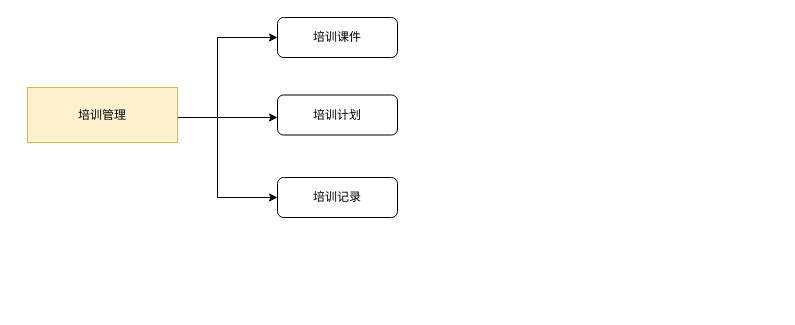
This is 培训管理.drawio from pbm0802/GitIDEATest, a draw.io file, before an edit. Source tidied: cells renumbered, new cells numbered last; positions are measured from the earlier drawing's top-left corner, leaving out a move shared by most shapes. Both pictures are drawn from the tidied source at 100%, with x=0, y=0 at pixel (27, 17).
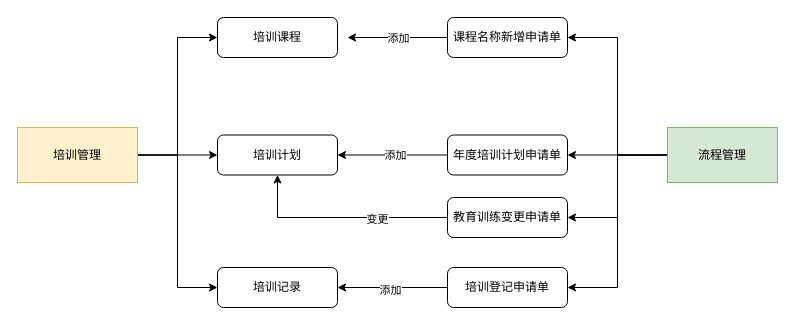
The same diagram, later.

Commit message:
更新培训管理.drawio

Change to the diagram source:
```diff
@@
-    <mxCell id="2" style="edgeStyle=orthogonalEdgeStyle;rounded=0;orthogonalLoop=1;jettySize=auto;html=1;exitX=1;exitY=0.5;exitDx=0;exitDy=0;" parent="1" edge="1">
-      <mxGeometry relative="1" as="geometry">
-        <mxPoint x="140" y="100" as="sourcePoint" />
-        <mxPoint x="250" y="100" as="targetPoint" />
-      </mxGeometry>
-    </mxCell>
     <mxCell id="3" style="edgeStyle=orthogonalEdgeStyle;rounded=0;jettySize=auto;html=1;exitX=1;exitY=0.5;exitDx=0;exitDy=0;entryX=0;entryY=0.5;entryDx=0;entryDy=0;" parent="1" edge="1" source="5" target="6">
-      <mxGeometry relative="1" as="geometry">
-        <Array as="points">
-          <mxPoint x="140" y="98" />
-          <mxPoint x="140" y="100" />
-          <mxPoint x="190" y="100" />
-          <mxPoint x="190" y="20" />
-        </Array>
-      </mxGeometry>
+      <mxGeometry relative="1" as="geometry" />
     </mxCell>
+    <mxCell id="9" style="edgeStyle=orthogonalEdgeStyle;rounded=0;jettySize=auto;html=1;exitX=1;exitY=0.5;exitDx=0;exitDy=0;entryX=0;entryY=0.5;entryDx=0;entryDy=0;" parent="1" edge="1" source="5" target="7">
+      <mxGeometry relative="1" as="geometry" />
+    </mxCell>
     <mxCell id="4" style="edgeStyle=orthogonalEdgeStyle;rounded=0;jettySize=auto;html=1;exitX=1;exitY=0.5;exitDx=0;exitDy=0;entryX=0;entryY=0.5;entryDx=0;entryDy=0;" parent="1" edge="1" source="5" target="8">
-      <mxGeometry relative="1" as="geometry">
-        <Array as="points">
-          <mxPoint x="140" y="98" />
-          <mxPoint x="140" y="100" />
-          <mxPoint x="190" y="100" />
-          <mxPoint x="190" y="180" />
-          <mxPoint x="250" y="180" />
-        </Array>
-      </mxGeometry>
+      <mxGeometry relative="1" as="geometry" />
     </mxCell>
     <mxCell id="5" value="培训管理" style="rounded=0;whiteSpace=wrap;html=1;fillColor=#fff2cc;strokeColor=#d6b656;" parent="1" vertex="1">
-      <mxGeometry y="70" width="150" height="55" as="geometry" />
+      <mxGeometry x="-10" y="110" width="120" height="55" as="geometry" />
     </mxCell>
-    <mxCell id="6" value="培训课件" style="rounded=1;whiteSpace=wrap;html=1;fontSize=12;glass=0;strokeWidth=1;shadow=0;" parent="1" vertex="1">
-      <mxGeometry x="250" width="120" height="40" as="geometry" />
+    <mxCell id="6" value="培训课程" style="rounded=1;whiteSpace=wrap;html=1;fontSize=12;glass=0;strokeWidth=1;shadow=0;" parent="1" vertex="1">
+      <mxGeometry x="190" width="120" height="40" as="geometry" />
     </mxCell>
     <mxCell id="7" value="培训计划" style="rounded=1;whiteSpace=wrap;html=1;fontSize=12;glass=0;strokeWidth=1;shadow=0;" parent="1" vertex="1">
-      <mxGeometry x="250" y="77.5" width="120" height="40" as="geometry" />
+      <mxGeometry x="190" y="117.5" width="120" height="40" as="geometry" />
     </mxCell>
     <mxCell id="8" value="培训记录" style="rounded=1;whiteSpace=wrap;html=1;fontSize=12;glass=0;strokeWidth=1;shadow=0;" parent="1" vertex="1">
-      <mxGeometry x="250" y="160" width="120" height="40" as="geometry" />
+      <mxGeometry x="190" y="250" width="120" height="40" as="geometry" />
     </mxCell>
+    <mxCell id="10" style="edgeStyle=orthogonalEdgeStyle;rounded=0;jettySize=auto;html=1;" parent="1" edge="1" source="12">
+      <mxGeometry relative="1" as="geometry">
+        <mxPoint x="320" y="20" as="targetPoint" />
+      </mxGeometry>
+    </mxCell>
+    <mxCell id="11" value="添加" style="edgeLabel;html=1;align=center;verticalAlign=middle;" parent="10" vertex="1">
+      <mxGeometry x="-0.01" relative="1" as="geometry" />
+    </mxCell>
+    <mxCell id="12" value="课程名称新增申请单" style="rounded=1;whiteSpace=wrap;html=1;fontSize=12;glass=0;strokeWidth=1;shadow=0;" parent="1" vertex="1">
+      <mxGeometry x="420" width="120" height="40" as="geometry" />
+    </mxCell>
+    <mxCell id="13" style="edgeStyle=orthogonalEdgeStyle;rounded=0;jettySize=auto;html=1;exitX=0;exitY=0.5;exitDx=0;exitDy=0;entryX=1;entryY=0.5;entryDx=0;entryDy=0;" parent="1" edge="1" source="15" target="7">
+      <mxGeometry relative="1" as="geometry" />
+    </mxCell>
+    <mxCell id="14" value="添加" style="edgeLabel;html=1;align=center;verticalAlign=middle;" parent="13" vertex="1">
+      <mxGeometry x="-0.04" relative="1" as="geometry" />
+    </mxCell>
+    <mxCell id="15" value="年度培训计划申请单" style="rounded=1;whiteSpace=wrap;html=1;fontSize=12;glass=0;strokeWidth=1;shadow=0;" parent="1" vertex="1">
+      <mxGeometry x="420" y="117.5" width="120" height="40" as="geometry" />
+    </mxCell>
+    <mxCell id="16" style="edgeStyle=orthogonalEdgeStyle;rounded=0;jettySize=auto;html=1;entryX=0.5;entryY=1;entryDx=0;entryDy=0;" parent="1" edge="1" source="18" target="7">
+      <mxGeometry relative="1" as="geometry" />
+    </mxCell>
+    <mxCell id="17" value="变更" style="edgeLabel;html=1;align=center;verticalAlign=middle;" parent="16" vertex="1">
+      <mxGeometry x="-0.33" y="1" relative="1" as="geometry" />
+    </mxCell>
+    <mxCell id="18" value="教育训练变更申请单" style="rounded=1;whiteSpace=wrap;html=1;fontSize=12;glass=0;strokeWidth=1;shadow=0;" parent="1" vertex="1">
+      <mxGeometry x="420" y="180" width="120" height="40" as="geometry" />
+    </mxCell>
+    <mxCell id="19" style="edgeStyle=orthogonalEdgeStyle;rounded=0;jettySize=auto;html=1;exitX=0;exitY=0.5;exitDx=0;exitDy=0;entryX=1;entryY=0.5;entryDx=0;entryDy=0;" parent="1" edge="1" source="21" target="8">
+      <mxGeometry relative="1" as="geometry" />
+    </mxCell>
+    <mxCell id="20" value="添加" style="edgeLabel;html=1;align=center;verticalAlign=middle;" parent="19" vertex="1">
+      <mxGeometry x="0.05" y="2" relative="1" as="geometry" />
+    </mxCell>
+    <mxCell id="21" value="培训登记申请单" style="rounded=1;whiteSpace=wrap;html=1;fontSize=12;glass=0;strokeWidth=1;shadow=0;" parent="1" vertex="1">
+      <mxGeometry x="420" y="250" width="120" height="40" as="geometry" />
+    </mxCell>
+    <mxCell id="22" style="edgeStyle=orthogonalEdgeStyle;rounded=0;jettySize=auto;html=1;exitX=0;exitY=0.5;exitDx=0;exitDy=0;entryX=1;entryY=0.5;entryDx=0;entryDy=0;" parent="1" edge="1" source="26" target="12">
+      <mxGeometry relative="1" as="geometry" />
+    </mxCell>
+    <mxCell id="23" style="edgeStyle=orthogonalEdgeStyle;rounded=0;jettySize=auto;html=1;exitX=0;exitY=0.5;exitDx=0;exitDy=0;entryX=1;entryY=0.5;entryDx=0;entryDy=0;" parent="1" edge="1" source="26" target="15">
+      <mxGeometry relative="1" as="geometry" />
+    </mxCell>
+    <mxCell id="24" style="edgeStyle=orthogonalEdgeStyle;rounded=0;jettySize=auto;html=1;exitX=0;exitY=0.5;exitDx=0;exitDy=0;entryX=1;entryY=0.5;entryDx=0;entryDy=0;" parent="1" edge="1" source="26" target="18">
+      <mxGeometry relative="1" as="geometry" />
+    </mxCell>
+    <mxCell id="25" style="edgeStyle=orthogonalEdgeStyle;rounded=0;jettySize=auto;html=1;exitX=0;exitY=0.5;exitDx=0;exitDy=0;entryX=1;entryY=0.5;entryDx=0;entryDy=0;" parent="1" edge="1" source="26" target="21">
+      <mxGeometry relative="1" as="geometry" />
+    </mxCell>
+    <mxCell id="26" value="流程管理" style="rounded=0;whiteSpace=wrap;html=1;fillColor=#d5e8d4;strokeColor=#82b366;" parent="1" vertex="1">
+      <mxGeometry x="640" y="110" width="110" height="55" as="geometry" />
+    </mxCell>
```
